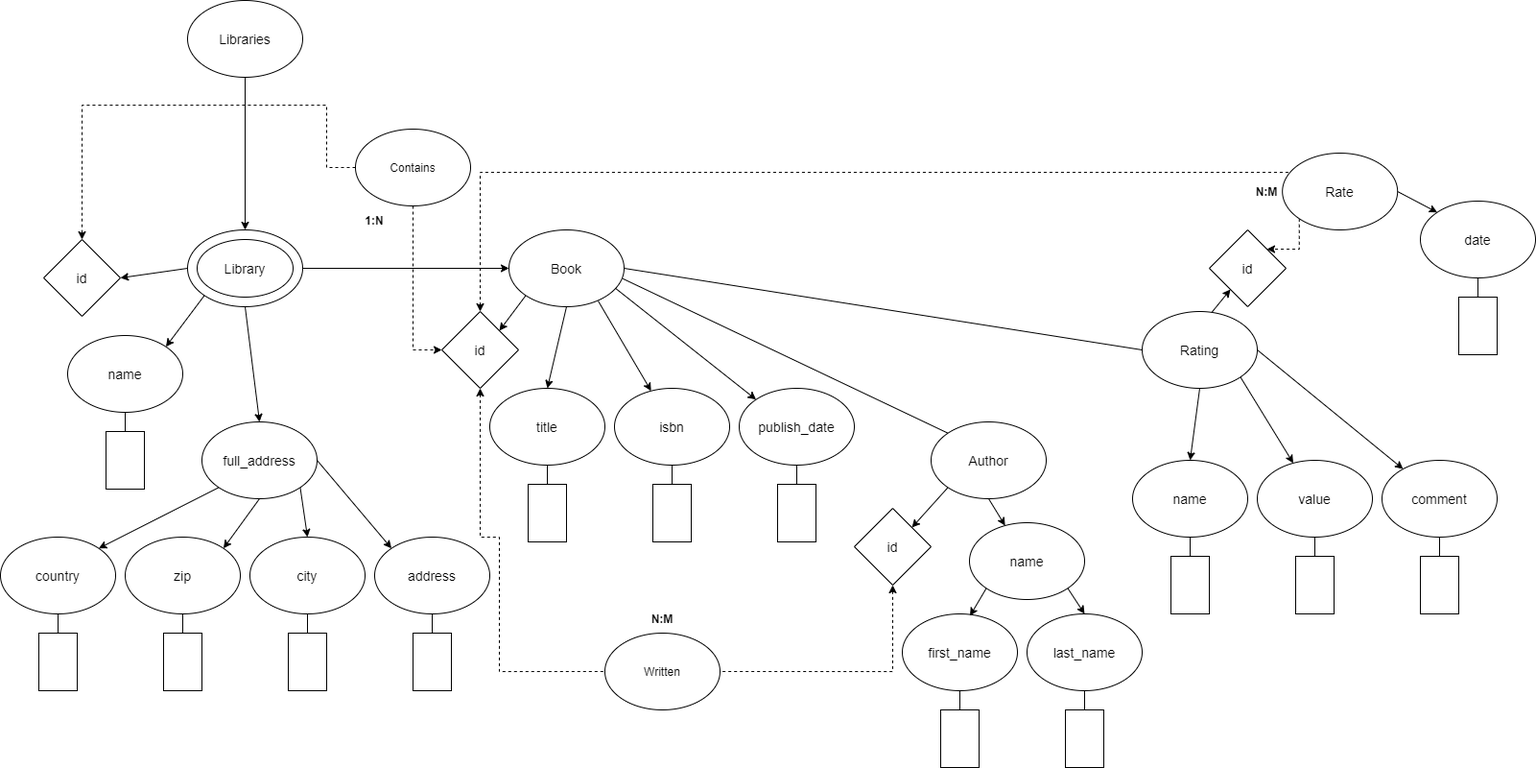
Earlier version of the draw.io export XMLTaskTHORXS/XDMTHORXS.png (Asszi/THORXS_XMLGyak). Source tidied: cells renumbered, new cells last; positions are measured from the earlier drawing's top-left corner, leaving out a move shared by most shapes.
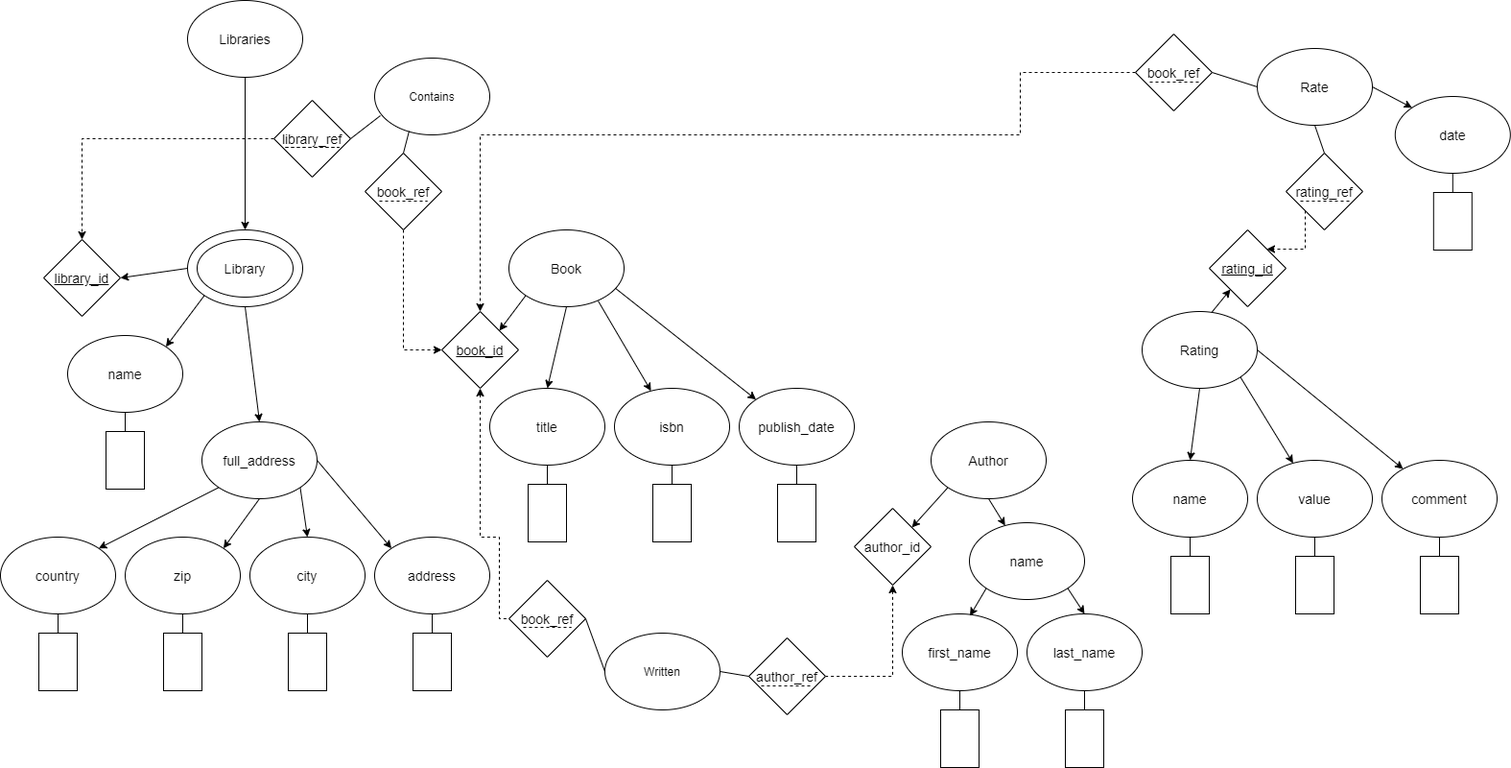
After the commit.

Commit message:
Updated XDM model

Diff of the diagram source:
```diff
@@ -22,5 +22,2 @@
     </mxCell>
-    <mxCell id="8" style="edgeStyle=none;rounded=0;jettySize=auto;html=1;exitX=1;exitY=0.5;exitDx=0;exitDy=0;entryX=0;entryY=0.5;entryDx=0;entryDy=0;fontSize=14;startArrow=none;startFill=0;endArrow=classic;endFill=1;" parent="1" edge="1" source="9" target="46">
-      <mxGeometry relative="1" as="geometry" />
-    </mxCell>
     <mxCell id="9" style="ellipse;whiteSpace=wrap;html=1;fontSize=14;" parent="1" vertex="1">
@@ -37,3 +34,3 @@
     </mxCell>
-    <mxCell id="13" value="id" style="text;html=1;strokeColor=none;fillColor=none;align=center;verticalAlign=middle;whiteSpace=wrap;rounded=0;fontSize=14;" parent="1" vertex="1">
+    <mxCell id="13" value="&lt;u&gt;library_id&lt;/u&gt;" style="text;html=1;strokeColor=none;fillColor=none;align=center;verticalAlign=middle;whiteSpace=wrap;rounded=0;fontSize=14;" parent="1" vertex="1">
       <mxGeometry x="55" y="274" width="60" height="30" as="geometry" />
@@ -132,8 +129,2 @@
     </mxCell>
-    <mxCell id="44" style="rounded=0;jettySize=auto;html=1;exitX=1;exitY=0.5;exitDx=0;exitDy=0;entryX=0;entryY=0.5;entryDx=0;entryDy=0;startArrow=none;startFill=0;endArrow=none;endFill=0;" parent="1" edge="1" source="46" target="72">
-      <mxGeometry relative="1" as="geometry" />
-    </mxCell>
-    <mxCell id="45" style="edgeStyle=none;rounded=0;jettySize=auto;html=1;exitX=0.989;exitY=0.635;exitDx=0;exitDy=0;entryX=0;entryY=0;entryDx=0;entryDy=0;startArrow=none;startFill=0;endArrow=none;endFill=0;exitPerimeter=0;" parent="1" edge="1" source="46" target="65">
-      <mxGeometry relative="1" as="geometry" />
-    </mxCell>
     <mxCell id="46" style="ellipse;whiteSpace=wrap;html=1;fontSize=14;" parent="1" vertex="1">
@@ -144,3 +135,3 @@
     </mxCell>
-    <mxCell id="48" style="edgeStyle=orthogonalEdgeStyle;rounded=0;jettySize=auto;html=1;exitX=0.5;exitY=1;exitDx=0;exitDy=0;entryX=0;entryY=0.5;entryDx=0;entryDy=0;dashed=1;startArrow=classic;startFill=1;endArrow=none;endFill=0;" parent="1" edge="1" source="49" target="116">
+    <mxCell id="48" style="edgeStyle=orthogonalEdgeStyle;rounded=0;jettySize=auto;html=1;exitX=0.5;exitY=1;exitDx=0;exitDy=0;entryX=0;entryY=0.5;entryDx=0;entryDy=0;dashed=1;startArrow=classic;startFill=1;endArrow=none;endFill=0;" parent="1" edge="1" source="49" target="120">
       <mxGeometry relative="1" as="geometry">
@@ -149,3 +140,3 @@
           <mxPoint x="520" y="559" />
-          <mxPoint x="520" y="699" />
+          <mxPoint x="520" y="644" />
         </Array>
@@ -156,3 +147,3 @@
     </mxCell>
-    <mxCell id="50" value="id" style="text;html=1;strokeColor=none;fillColor=none;align=center;verticalAlign=middle;whiteSpace=wrap;rounded=0;fontSize=14;" parent="1" vertex="1">
+    <mxCell id="50" value="book_id" style="text;html=1;strokeColor=none;fillColor=none;align=center;verticalAlign=middle;whiteSpace=wrap;rounded=0;fontSize=14;fontStyle=4;" parent="1" vertex="1">
       <mxGeometry x="470" y="349" width="60" height="30" as="geometry" />
@@ -207,10 +198,2 @@
     </mxCell>
-    <mxCell id="67" style="edgeStyle=orthogonalEdgeStyle;rounded=0;jettySize=auto;html=1;entryX=0;entryY=0;entryDx=0;entryDy=0;fontSize=14;startArrow=classic;startFill=1;endArrow=none;endFill=0;exitX=0.5;exitY=0;exitDx=0;exitDy=0;dashed=1;" parent="1" edge="1" source="49" target="105">
-      <mxGeometry relative="1" as="geometry">
-        <Array as="points">
-          <mxPoint x="500" y="179" />
-          <mxPoint x="1354" y="179" />
-        </Array>
-      </mxGeometry>
-    </mxCell>
     <mxCell id="68" style="edgeStyle=none;rounded=0;jettySize=auto;html=1;exitX=0;exitY=1;exitDx=0;exitDy=0;fontSize=14;startArrow=none;startFill=0;endArrow=classic;endFill=1;" parent="1" edge="1" source="72" target="89">
@@ -233,3 +216,3 @@
     </mxCell>
-    <mxCell id="74" style="edgeStyle=orthogonalEdgeStyle;rounded=0;jettySize=auto;html=1;exitX=0.5;exitY=1;exitDx=0;exitDy=0;entryX=1;entryY=0.5;entryDx=0;entryDy=0;startArrow=classic;startFill=1;endArrow=none;endFill=0;dashed=1;" parent="1" edge="1" source="75" target="116">
+    <mxCell id="74" style="edgeStyle=orthogonalEdgeStyle;rounded=0;jettySize=auto;html=1;exitX=0.5;exitY=1;exitDx=0;exitDy=0;entryX=1;entryY=0.5;entryDx=0;entryDy=0;startArrow=classic;startFill=1;endArrow=none;endFill=0;dashed=1;" parent="1" edge="1" source="75" target="121">
       <mxGeometry relative="1" as="geometry" />
@@ -239,3 +222,3 @@
     </mxCell>
-    <mxCell id="76" value="id" style="text;html=1;strokeColor=none;fillColor=none;align=center;verticalAlign=middle;whiteSpace=wrap;rounded=0;fontSize=14;" parent="1" vertex="1">
+    <mxCell id="76" value="author_id" style="text;html=1;strokeColor=none;fillColor=none;align=center;verticalAlign=middle;whiteSpace=wrap;rounded=0;fontSize=14;" parent="1" vertex="1">
       <mxGeometry x="900" y="554" width="60" height="30" as="geometry" />
@@ -281,3 +264,3 @@
     </mxCell>
-    <mxCell id="90" value="id" style="text;html=1;strokeColor=none;fillColor=none;align=center;verticalAlign=middle;whiteSpace=wrap;rounded=0;fontSize=14;" parent="1" vertex="1">
+    <mxCell id="90" value="&lt;u&gt;rating_id&lt;/u&gt;" style="text;html=1;strokeColor=none;fillColor=none;align=center;verticalAlign=middle;whiteSpace=wrap;rounded=0;fontSize=14;" parent="1" vertex="1">
       <mxGeometry x="1270" y="264" width="60" height="30" as="geometry" />
@@ -323,10 +306,7 @@
     </mxCell>
-    <mxCell id="104" style="edgeStyle=orthogonalEdgeStyle;rounded=0;jettySize=auto;html=1;exitX=0;exitY=1;exitDx=0;exitDy=0;entryX=1;entryY=0;entryDx=0;entryDy=0;dashed=1;" parent="1" edge="1" source="105" target="89">
-      <mxGeometry relative="1" as="geometry" />
-    </mxCell>
     <mxCell id="105" style="ellipse;whiteSpace=wrap;html=1;fontSize=14;" parent="1" vertex="1">
-      <mxGeometry x="1336.2" y="159" width="120" height="80" as="geometry" />
+      <mxGeometry x="1310" y="50" width="120" height="80" as="geometry" />
     </mxCell>
     <mxCell id="106" value="Rate" style="text;html=1;strokeColor=none;fillColor=none;align=center;verticalAlign=middle;whiteSpace=wrap;rounded=0;fontSize=14;" parent="1" vertex="1">
-      <mxGeometry x="1366.2" y="184" width="60" height="30" as="geometry" />
+      <mxGeometry x="1340" y="75" width="60" height="30" as="geometry" />
     </mxCell>
@@ -336,30 +316,15 @@
     <mxCell id="108" style="ellipse;whiteSpace=wrap;html=1;fontSize=14;" parent="1" vertex="1">
-      <mxGeometry x="1480" y="209" width="120" height="80" as="geometry" />
+      <mxGeometry x="1453.8" y="100" width="120" height="80" as="geometry" />
     </mxCell>
     <mxCell id="109" value="date" style="text;html=1;strokeColor=none;fillColor=none;align=center;verticalAlign=middle;whiteSpace=wrap;rounded=0;fontSize=14;" parent="1" vertex="1">
-      <mxGeometry x="1510" y="234" width="60" height="30" as="geometry" />
+      <mxGeometry x="1483.8" y="125" width="60" height="30" as="geometry" />
     </mxCell>
     <mxCell id="110" style="rounded=0;whiteSpace=wrap;html=1;fontSize=14;" parent="1" vertex="1">
-      <mxGeometry x="1520" y="309" width="40" height="60" as="geometry" />
+      <mxGeometry x="1493.8" y="200" width="40" height="60" as="geometry" />
     </mxCell>
-    <mxCell id="111" value="&lt;b&gt;N:M&lt;/b&gt;" style="text;html=1;strokeColor=none;fillColor=none;align=center;verticalAlign=middle;whiteSpace=wrap;rounded=0;" parent="1" vertex="1">
-      <mxGeometry x="1290" y="184" width="60" height="30" as="geometry" />
-    </mxCell>
-    <mxCell id="112" style="edgeStyle=orthogonalEdgeStyle;rounded=0;jettySize=auto;html=1;exitX=0.5;exitY=1;exitDx=0;exitDy=0;entryX=0;entryY=0.5;entryDx=0;entryDy=0;dashed=1;startArrow=none;startFill=0;endArrow=classic;endFill=1;" parent="1" edge="1" source="114" target="49">
-      <mxGeometry relative="1" as="geometry" />
-    </mxCell>
-    <mxCell id="113" style="edgeStyle=orthogonalEdgeStyle;rounded=0;jettySize=auto;html=1;exitX=0;exitY=0.5;exitDx=0;exitDy=0;entryX=0.5;entryY=0;entryDx=0;entryDy=0;dashed=1;startArrow=none;startFill=0;endArrow=classic;endFill=1;" parent="1" edge="1" source="114" target="12">
-      <mxGeometry relative="1" as="geometry">
-        <Array as="points">
-          <mxPoint x="340" y="174" />
-          <mxPoint x="340" y="109" />
-          <mxPoint x="85" y="109" />
-        </Array>
-      </mxGeometry>
-    </mxCell>
     <mxCell id="114" style="ellipse;whiteSpace=wrap;html=1;" parent="1" vertex="1">
-      <mxGeometry x="370" y="134" width="120" height="80" as="geometry" />
+      <mxGeometry x="390" y="60" width="120" height="80" as="geometry" />
     </mxCell>
     <mxCell id="115" value="Contains" style="text;html=1;strokeColor=none;fillColor=none;align=center;verticalAlign=middle;whiteSpace=wrap;rounded=0;" parent="1" vertex="1">
-      <mxGeometry x="400" y="159" width="60" height="30" as="geometry" />
+      <mxGeometry x="420" y="85" width="60" height="30" as="geometry" />
     </mxCell>
@@ -371,8 +336,116 @@
     </mxCell>
-    <mxCell id="118" value="&lt;b&gt;N:M&lt;/b&gt;" style="text;html=1;strokeColor=none;fillColor=none;align=center;verticalAlign=middle;whiteSpace=wrap;rounded=0;" parent="1" vertex="1">
-      <mxGeometry x="660" y="629" width="60" height="30" as="geometry" />
-    </mxCell>
-    <mxCell id="119" value="&lt;b&gt;1:N&lt;/b&gt;" style="text;html=1;strokeColor=none;fillColor=none;align=center;verticalAlign=middle;whiteSpace=wrap;rounded=0;" parent="1" vertex="1">
-      <mxGeometry x="360" y="214" width="60" height="30" as="geometry" />
-    </mxCell>
+    <mxCell id="120" style="rhombus;whiteSpace=wrap;html=1;" parent="1" vertex="1">
+      <mxGeometry x="530" y="604" width="80" height="80" as="geometry" />
+    </mxCell>
+    <mxCell id="121" style="rhombus;whiteSpace=wrap;html=1;" parent="1" vertex="1">
+      <mxGeometry x="780" y="664" width="80" height="80" as="geometry" />
+    </mxCell>
+    <mxCell id="122" value="book_ref" style="text;html=1;strokeColor=none;fillColor=none;align=center;verticalAlign=middle;whiteSpace=wrap;rounded=0;fontSize=14;" parent="1" vertex="1">
+      <mxGeometry x="540" y="629" width="60" height="30" as="geometry" />
+    </mxCell>
+    <mxCell id="123" style="endArrow=none;html=1;rounded=0;fontSize=14;entryX=0;entryY=0.5;entryDx=0;entryDy=0;exitX=1;exitY=0.5;exitDx=0;exitDy=0;" parent="1" edge="1" source="120" target="116">
+      <mxGeometry relative="1" as="geometry" />
+    </mxCell>
+    <mxCell id="124" style="endArrow=none;html=1;rounded=0;fontSize=14;entryX=0;entryY=0.5;entryDx=0;entryDy=0;exitX=1;exitY=0.5;exitDx=0;exitDy=0;" parent="1" edge="1" source="116" target="121">
+      <mxGeometry relative="1" as="geometry" />
+    </mxCell>
+    <mxCell id="125" value="author_ref" style="text;html=1;strokeColor=none;fillColor=none;align=center;verticalAlign=middle;whiteSpace=wrap;rounded=0;fontSize=14;" parent="1" vertex="1">
+      <mxGeometry x="790" y="689" width="60" height="30" as="geometry" />
+    </mxCell>
+    <mxCell id="126" style="edgeStyle=orthogonalEdgeStyle;rounded=0;jettySize=auto;html=1;exitX=0;exitY=0.5;exitDx=0;exitDy=0;fontSize=14;dashed=1;" parent="1" edge="1" source="127" target="12">
+      <mxGeometry relative="1" as="geometry" />
+    </mxCell>
+    <mxCell id="127" style="rhombus;whiteSpace=wrap;html=1;fontSize=14;strokeColor=default;" parent="1" vertex="1">
+      <mxGeometry x="285" y="104" width="80" height="80" as="geometry" />
+    </mxCell>
+    <mxCell id="128" style="edgeStyle=orthogonalEdgeStyle;rounded=0;jettySize=auto;html=1;exitX=0.5;exitY=1;exitDx=0;exitDy=0;entryX=0;entryY=0.5;entryDx=0;entryDy=0;fontSize=14;dashed=1;" parent="1" edge="1" source="129" target="49">
+      <mxGeometry relative="1" as="geometry" />
+    </mxCell>
+    <mxCell id="129" style="rhombus;whiteSpace=wrap;html=1;fontSize=14;strokeColor=default;" parent="1" vertex="1">
+      <mxGeometry x="380" y="159" width="80" height="80" as="geometry" />
+    </mxCell>
+    <mxCell id="130" value="library_ref" style="text;html=1;strokeColor=none;fillColor=none;align=center;verticalAlign=middle;whiteSpace=wrap;rounded=0;fontSize=14;" parent="1" vertex="1">
+      <mxGeometry x="295" y="129" width="60" height="30" as="geometry" />
+    </mxCell>
+    <mxCell id="131" style="endArrow=none;html=1;rounded=0;fontSize=14;exitX=1;exitY=0.5;exitDx=0;exitDy=0;entryX=0.05;entryY=0.75;entryDx=0;entryDy=0;entryPerimeter=0;" parent="1" edge="1" source="127" target="114">
+      <mxGeometry relative="1" as="geometry" />
+    </mxCell>
+    <mxCell id="132" style="endArrow=none;html=1;rounded=0;fontSize=14;exitX=0.5;exitY=0;exitDx=0;exitDy=0;entryX=0.3;entryY=0.95;entryDx=0;entryDy=0;entryPerimeter=0;" parent="1" edge="1" source="129" target="114">
+      <mxGeometry relative="1" as="geometry" />
+    </mxCell>
+    <mxCell id="133" value="book_ref" style="text;html=1;strokeColor=none;fillColor=none;align=center;verticalAlign=middle;whiteSpace=wrap;rounded=0;fontSize=14;" parent="1" vertex="1">
+      <mxGeometry x="390" y="184" width="60" height="30" as="geometry" />
+    </mxCell>
+    <mxCell id="134" style="endArrow=none;dashed=1;html=1;rounded=0;fontSize=14;" parent="1" edge="1">
+      <mxGeometry relative="1" as="geometry">
+        <mxPoint x="395" y="209" as="sourcePoint" />
+        <mxPoint x="445" y="209" as="targetPoint" />
+      </mxGeometry>
+    </mxCell>
+    <mxCell id="135" style="endArrow=none;dashed=1;html=1;rounded=0;fontSize=14;" parent="1" edge="1">
+      <mxGeometry relative="1" as="geometry">
+        <mxPoint x="297" y="153" as="sourcePoint" />
+        <mxPoint x="353" y="153" as="targetPoint" />
+      </mxGeometry>
+    </mxCell>
+    <mxCell id="136" style="endArrow=none;dashed=1;html=1;rounded=0;fontSize=14;" parent="1" edge="1">
+      <mxGeometry relative="1" as="geometry">
+        <mxPoint x="297" y="153" as="sourcePoint" />
+        <mxPoint x="353" y="153" as="targetPoint" />
+      </mxGeometry>
+    </mxCell>
+    <mxCell id="137" style="endArrow=none;dashed=1;html=1;rounded=0;fontSize=14;" parent="1" edge="1">
+      <mxGeometry relative="1" as="geometry">
+        <mxPoint x="545" y="653" as="sourcePoint" />
+        <mxPoint x="595" y="653" as="targetPoint" />
+      </mxGeometry>
+    </mxCell>
+    <mxCell id="138" style="endArrow=none;dashed=1;html=1;rounded=0;fontSize=14;" parent="1" edge="1">
+      <mxGeometry relative="1" as="geometry">
+        <mxPoint x="793" y="714" as="sourcePoint" />
+        <mxPoint x="846" y="714" as="targetPoint" />
+      </mxGeometry>
+    </mxCell>
+    <mxCell id="139" style="edgeStyle=orthogonalEdgeStyle;rounded=0;jettySize=auto;html=1;exitX=0;exitY=0.5;exitDx=0;exitDy=0;entryX=0.5;entryY=0;entryDx=0;entryDy=0;dashed=1;fontSize=14;" parent="1" edge="1" source="140" target="49">
+      <mxGeometry relative="1" as="geometry">
+        <Array as="points">
+          <mxPoint x="1063" y="75" />
+          <mxPoint x="1063" y="140" />
+          <mxPoint x="500" y="140" />
+        </Array>
+      </mxGeometry>
+    </mxCell>
+    <mxCell id="140" style="rhombus;whiteSpace=wrap;html=1;fontSize=14;strokeColor=default;" parent="1" vertex="1">
+      <mxGeometry x="1183" y="35" width="80" height="80" as="geometry" />
+    </mxCell>
+    <mxCell id="141" style="edgeStyle=orthogonalEdgeStyle;rounded=0;jettySize=auto;html=1;exitX=0;exitY=1;exitDx=0;exitDy=0;entryX=1;entryY=0;entryDx=0;entryDy=0;fontSize=14;dashed=1;" parent="1" edge="1" source="142" target="89">
+      <mxGeometry relative="1" as="geometry" />
+    </mxCell>
+    <mxCell id="142" style="rhombus;whiteSpace=wrap;html=1;fontSize=14;strokeColor=default;" parent="1" vertex="1">
+      <mxGeometry x="1340" y="159" width="80" height="80" as="geometry" />
+    </mxCell>
+    <mxCell id="143" value="rating_ref" style="text;html=1;strokeColor=none;fillColor=none;align=center;verticalAlign=middle;whiteSpace=wrap;rounded=0;fontSize=14;" parent="1" vertex="1">
+      <mxGeometry x="1350" y="184" width="60" height="30" as="geometry" />
+    </mxCell>
+    <mxCell id="144" value="book_ref" style="text;html=1;strokeColor=none;fillColor=none;align=center;verticalAlign=middle;whiteSpace=wrap;rounded=0;fontSize=14;" parent="1" vertex="1">
+      <mxGeometry x="1193" y="60" width="60" height="30" as="geometry" />
+    </mxCell>
+    <mxCell id="145" style="endArrow=none;dashed=1;html=1;rounded=0;fontSize=14;" parent="1" edge="1">
+      <mxGeometry relative="1" as="geometry">
+        <mxPoint x="1198" y="85" as="sourcePoint" />
+        <mxPoint x="1251" y="85" as="targetPoint" />
+      </mxGeometry>
+    </mxCell>
+    <mxCell id="146" style="endArrow=none;dashed=1;html=1;rounded=0;fontSize=14;" parent="1" edge="1">
+      <mxGeometry relative="1" as="geometry">
+        <mxPoint x="1355" y="209" as="sourcePoint" />
+        <mxPoint x="1408" y="209" as="targetPoint" />
+      </mxGeometry>
+    </mxCell>
+    <mxCell id="147" style="endArrow=none;html=1;rounded=0;fontSize=14;entryX=0.5;entryY=1;entryDx=0;entryDy=0;exitX=0.5;exitY=0;exitDx=0;exitDy=0;" parent="1" edge="1" source="142" target="105">
+      <mxGeometry relative="1" as="geometry" />
+    </mxCell>
+    <mxCell id="148" style="endArrow=none;html=1;rounded=0;fontSize=14;entryX=1;entryY=0.5;entryDx=0;entryDy=0;exitX=0;exitY=0.5;exitDx=0;exitDy=0;" parent="1" edge="1" source="105" target="140">
+      <mxGeometry relative="1" as="geometry" />
+    </mxCell>
   </root>
```
